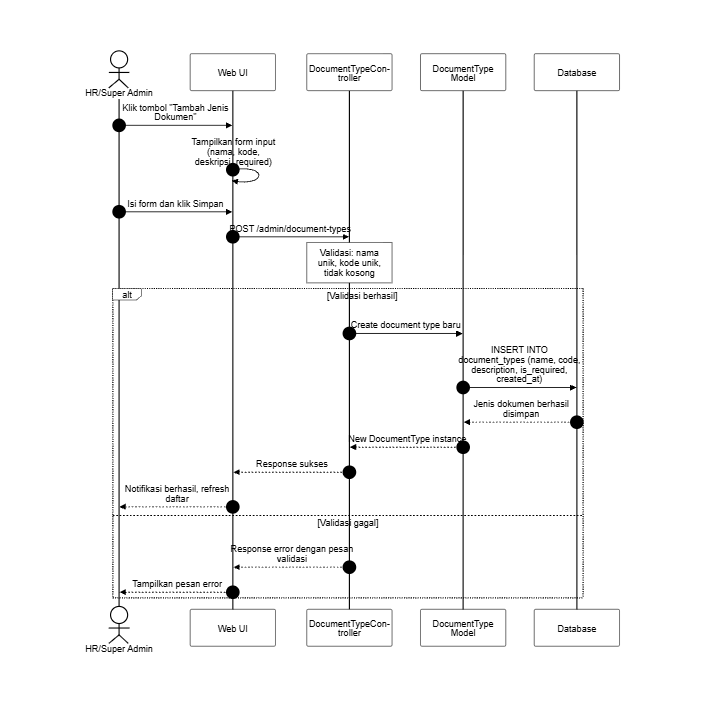
Above: docs/SequenceDiagram/PNG_Transparent/KelolaJenisDokumen-Tambah.png in SulaimanHafi23/SimpegRSHDI (Mermaid), before the change. Its source is kept beside it as docs/SequenceDiagram/KelolaJenisDokumen-Tambah.mermaid. The source it was exported from:
```mermaid
---
id: KelolaJenisDokumen-TambahJenisDokumen
title: Kelola Jenis Dokumen - Tambah Jenis Dokumen
---
%%{init: {"theme": "base", "themeVariables": {"background": "#dddddd", "primaryColor": "#ffffff", "primaryBorderColor": "#000000", "primaryTextColor": "#000000", "lineColor": "#000000", "textColor": "#000000", "actorBkg": "#ffffff", "actorBorder": "#000000", "actorTextColor": "#000000", "activationBkgColor": "#ffffff", "activationBorderColor": "#000000", "signalColor": "#000000", "signalTextColor": "#000000", "labelBoxBkgColor": "#ffffff", "labelBoxBorderColor": "#000000", "labelTextColor": "#000000", "sequenceNumberColor": "#000000", "noteBkgColor": "#ffffff", "noteBorderColor": "#000000", "noteTextColor": "#000000"}, "sequence": {"useMaxWidth": true, "wrap": true, "messageFontSize": 12, "noteFontSize": 12}}}%%
sequenceDiagram
    autonumber
    actor HR as HR/Super Admin
    participant UI as Web UI
    participant C as DocumentTypeController
    participant DT as DocumentType Model
    participant DB as Database

    HR->>UI: Klik tombol "Tambah Jenis Dokumen"
    UI->>UI: Tampilkan form input (nama, kode, deskripsi, required)
    HR->>UI: Isi form dan klik Simpan
    UI->>C: POST /admin/document-types
    note over C: Validasi: nama unik, kode unik, tidak kosong
    alt Validasi berhasil
        C->>DT: Create document type baru
        DT->>DB: INSERT INTO document_types (name, code, description, is_required, created_at)
        DB-->>DT: Jenis dokumen berhasil disimpan
        DT-->>C: New DocumentType instance
        C-->>UI: Response sukses
        UI-->>HR: Notifikasi berhasil, refresh daftar
    else Validasi gagal
        C-->>UI: Response error dengan pesan validasi
        UI-->>HR: Tampilkan pesan error
    end
```
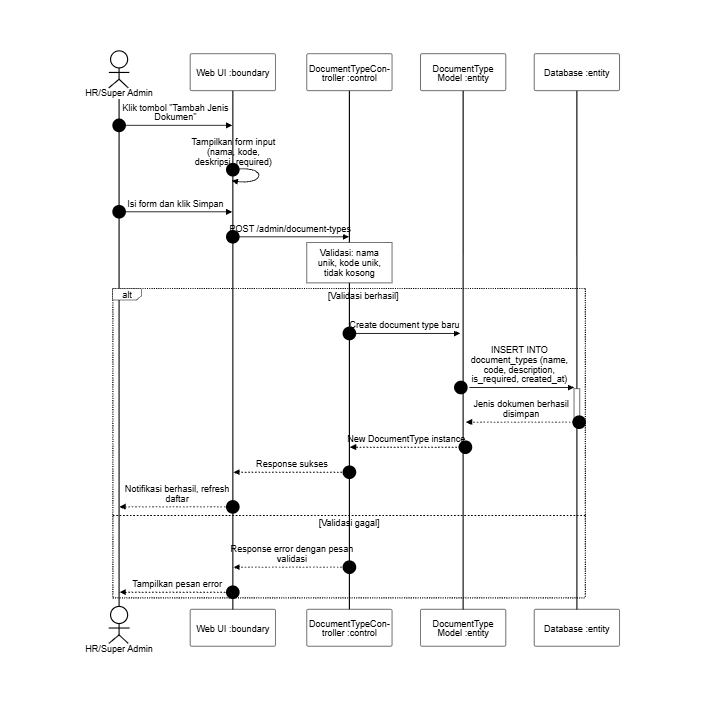
The same file after the commit.

The edit, as a diff of the source:
```diff
@@ -6,10 +6,10 @@
 sequenceDiagram
     autonumber
     actor HR as HR/Super Admin
-    participant UI as Web UI
-    participant C as DocumentTypeController
-    participant DT as DocumentType Model
-    participant DB as Database
+    participant UI as Web UI :boundary
+    participant C as DocumentTypeController :control
+    participant DT as DocumentType Model :entity
+    participant DB as Database :entity
 
     HR->>UI: Klik tombol "Tambah Jenis Dokumen"
     UI->>UI: Tampilkan form input (nama, kode, deskripsi, required)
@@ -17,9 +17,9 @@
     UI->>C: POST /admin/document-types
     note over C: Validasi: nama unik, kode unik, tidak kosong
     alt Validasi berhasil
-        C->>DT: Create document type baru
-        DT->>DB: INSERT INTO document_types (name, code, description, is_required, created_at)
-        DB-->>DT: Jenis dokumen berhasil disimpan
+        C->>+DT: Create document type baru
+        DT->>+DB: INSERT INTO document_types (name, code, description, is_required, created_at)
+        DB-->>-DT: Jenis dokumen berhasil disimpan
         DT-->>C: New DocumentType instance
         C-->>UI: Response sukses
         UI-->>HR: Notifikasi berhasil, refresh daftar
```
